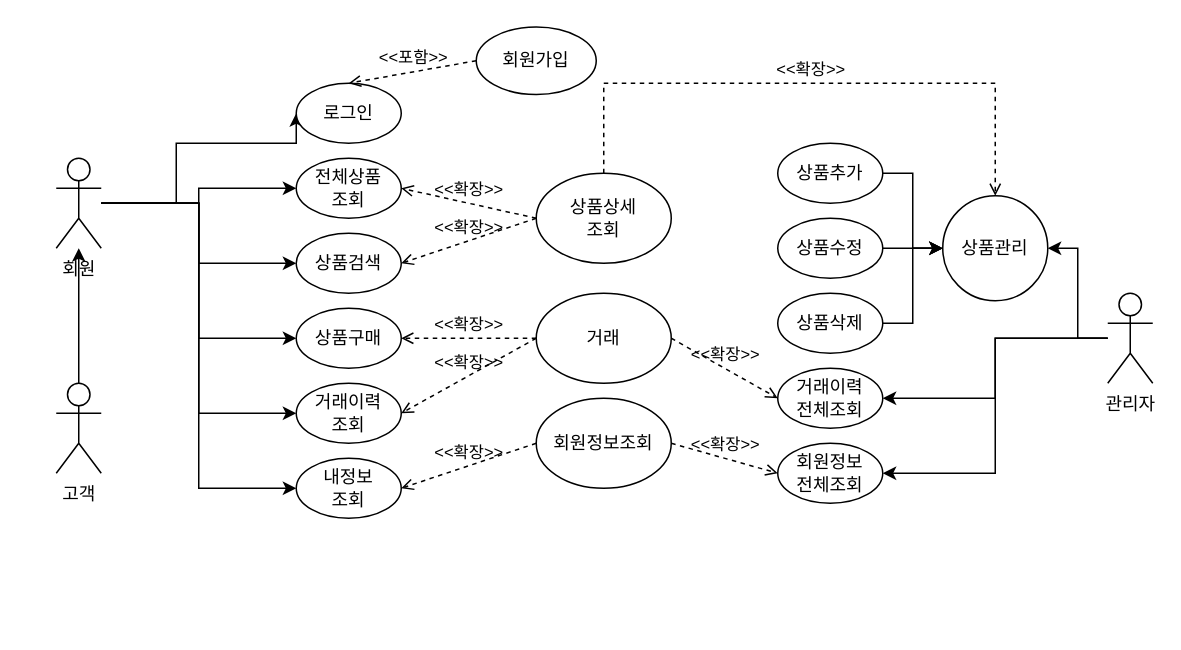
Before: miniProject/uml/uml.drawio in GIYUN9/javaMiniProject, a draw.io diagram. Source tidied: cells renumbered, new cells numbered last; positions are measured from the earlier drawing's top-left corner, leaving out a move shared by most shapes. Both pictures are drawn from the tidied source at 150%, with x=0, y=0 at pixel (56, 26).
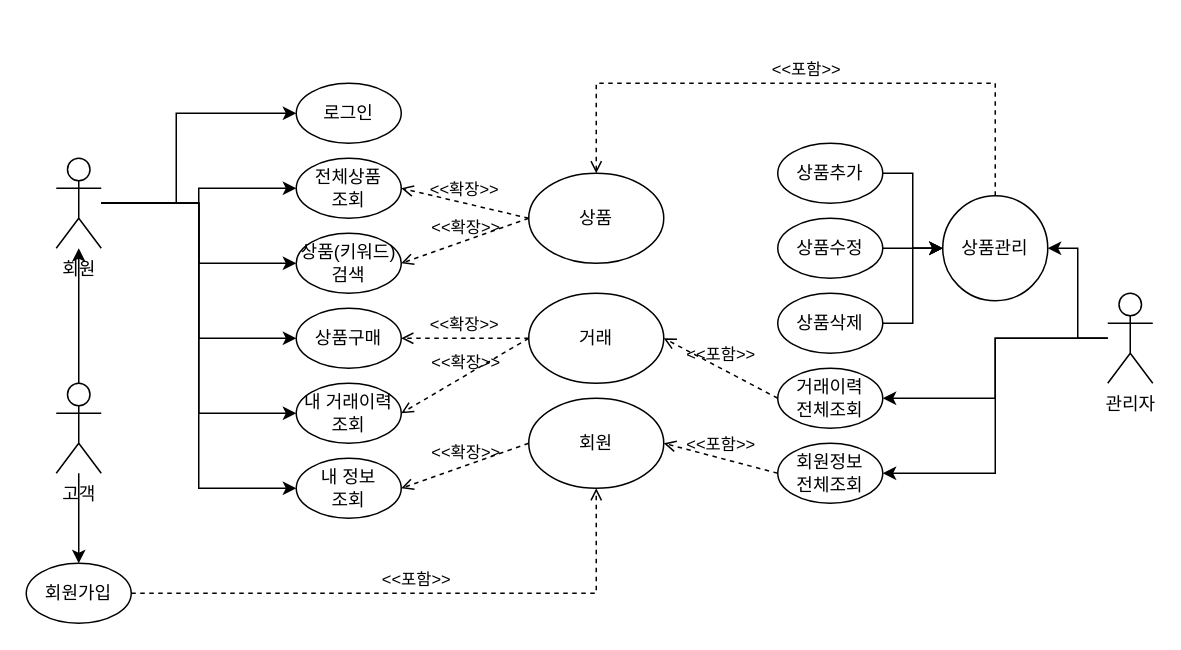
The same page after the edit.

The change refers to these unchanged cells:
```xml
<mxCell id="8" value="회원" style="shape=umlActor;verticalLabelPosition=bottom;verticalAlign=top;html=1;direction=east;" parent="1" vertex="1">
  <mxGeometry y="88" width="30" height="60" as="geometry" />
</mxCell>
<mxCell id="14" value="로그인" style="ellipse;whiteSpace=wrap;html=1;" parent="1" vertex="1">
  <mxGeometry x="160" y="38" width="70" height="40" as="geometry" />
</mxCell>
<mxCell id="23" value="고객" style="shape=umlActor;verticalLabelPosition=bottom;verticalAlign=top;html=1;direction=east;" parent="1" vertex="1">
  <mxGeometry y="238" width="30" height="60" as="geometry" />
</mxCell>
<mxCell id="37" value="상품관리" style="ellipse;whiteSpace=wrap;html=1;" parent="1" vertex="1">
  <mxGeometry x="591" y="113" width="70" height="70" as="geometry" />
</mxCell>
<mxCell id="39" value="거래이력&lt;br&gt;전체조회" style="ellipse;whiteSpace=wrap;html=1;" parent="1" vertex="1">
  <mxGeometry x="481" y="228" width="70" height="40" as="geometry" />
</mxCell>
<mxCell id="40" value="회원정보&lt;br&gt;전체조회" style="ellipse;whiteSpace=wrap;html=1;" parent="1" vertex="1">
  <mxGeometry x="481" y="278" width="70" height="40" as="geometry" />
</mxCell>
```

Change to the diagram source:
```diff
@@
     <mxCell id="2" style="edgeStyle=orthogonalEdgeStyle;rounded=0;jettySize=auto;html=1;entryX=0;entryY=0.5;entryDx=0;entryDy=0;" parent="1" edge="1" source="8" target="14">
       <mxGeometry relative="1" as="geometry">
         <Array as="points">
           <mxPoint x="80" y="118" />
-          <mxPoint x="80" y="78" />
-          <mxPoint x="160" y="78" />
+          <mxPoint x="80" y="58" />
         </Array>
       </mxGeometry>
     </mxCell>
@@
-    <mxCell id="13" value="회원가입" style="ellipse;whiteSpace=wrap;html=1;" parent="1" vertex="1">
-      <mxGeometry x="280" y="0.5" width="80" height="45" as="geometry" />
-    </mxCell>
@@
-    <mxCell id="15" value="&amp;lt;&amp;lt;포함&amp;gt;&amp;gt;" style="html=1;verticalAlign=bottom;labelBackgroundColor=none;endArrow=open;endFill=0;dashed=1;rounded=0;exitX=0;exitY=0.5;exitDx=0;exitDy=0;entryX=0.5;entryY=0;entryDx=0;entryDy=0;" parent="1" edge="1" source="13" target="14">
-      <mxGeometry relative="1" as="geometry" />
-    </mxCell>
@@
-    <mxCell id="17" value="상품검색" style="ellipse;whiteSpace=wrap;html=1;" parent="1" vertex="1">
+    <mxCell id="17" value="상품(키워드)검색" style="ellipse;whiteSpace=wrap;html=1;" parent="1" vertex="1">
       <mxGeometry x="160" y="138" width="70" height="40" as="geometry" />
     </mxCell>
@@
-    <mxCell id="19" value="상품상세&lt;br&gt;조회" style="ellipse;whiteSpace=wrap;html=1;" parent="1" vertex="1">
-      <mxGeometry x="320" y="98" width="90" height="60" as="geometry" />
+    <mxCell id="19" value="상품" style="ellipse;whiteSpace=wrap;html=1;" parent="1" vertex="1">
+      <mxGeometry x="315" y="98" width="90" height="60" as="geometry" />
     </mxCell>
@@
+    <mxCell id="43" style="edgeStyle=orthogonalEdgeStyle;rounded=0;jettySize=auto;html=1;" parent="1" edge="1" source="23" target="13">
+      <mxGeometry relative="1" as="geometry" />
+    </mxCell>
@@
-    <mxCell id="24" value="거래이력&lt;br&gt;조회" style="ellipse;whiteSpace=wrap;html=1;" parent="1" vertex="1">
+    <mxCell id="24" value="내 거래이력&lt;br&gt;조회" style="ellipse;whiteSpace=wrap;html=1;" parent="1" vertex="1">
       <mxGeometry x="160" y="238" width="70" height="40" as="geometry" />
     </mxCell>
-    <mxCell id="25" value="내정보&lt;br&gt;조회" style="ellipse;whiteSpace=wrap;html=1;" parent="1" vertex="1">
+    <mxCell id="25" value="내 정보&lt;br&gt;조회" style="ellipse;whiteSpace=wrap;html=1;" parent="1" vertex="1">
       <mxGeometry x="160" y="288" width="70" height="40" as="geometry" />
     </mxCell>
     <mxCell id="26" value="거래" style="ellipse;whiteSpace=wrap;html=1;" parent="1" vertex="1">
-      <mxGeometry x="320" y="178" width="90" height="60" as="geometry" />
+      <mxGeometry x="315" y="178" width="90" height="60" as="geometry" />
     </mxCell>
@@
-    <mxCell id="29" value="회원정보조회" style="ellipse;whiteSpace=wrap;html=1;" parent="1" vertex="1">
-      <mxGeometry x="320" y="248" width="90" height="60" as="geometry" />
+    <mxCell id="29" value="회원" style="ellipse;whiteSpace=wrap;html=1;" parent="1" vertex="1">
+      <mxGeometry x="315" y="248" width="90" height="60" as="geometry" />
     </mxCell>
@@
-    <mxCell id="38" value="&amp;lt;&amp;lt;확장&amp;gt;&amp;gt;" style="html=1;verticalAlign=bottom;labelBackgroundColor=none;endArrow=open;endFill=0;dashed=1;rounded=0;exitX=0.5;exitY=0;exitDx=0;exitDy=0;entryX=0.5;entryY=0;entryDx=0;entryDy=0;" parent="1" edge="1" source="19" target="37">
+    <mxCell id="38" value="&amp;lt;&amp;lt;포함&amp;gt;&amp;gt;" style="html=1;verticalAlign=bottom;labelBackgroundColor=none;endArrow=open;endFill=0;dashed=1;rounded=0;exitX=0.5;exitY=0;exitDx=0;exitDy=0;entryX=0.5;entryY=0;entryDx=0;entryDy=0;" parent="1" edge="1" source="37" target="19">
       <mxGeometry relative="1" as="geometry">
         <Array as="points">
-          <mxPoint x="365" y="38" />
+          <mxPoint x="626" y="38" />
           <mxPoint x="520" y="38" />
-          <mxPoint x="626" y="38" />
+          <mxPoint x="360" y="38" />
         </Array>
       </mxGeometry>
     </mxCell>
@@
-    <mxCell id="41" value="&amp;lt;&amp;lt;확장&amp;gt;&amp;gt;" style="html=1;verticalAlign=bottom;labelBackgroundColor=none;endArrow=open;endFill=0;dashed=1;rounded=0;entryX=0;entryY=0.5;entryDx=0;entryDy=0;exitX=1;exitY=0.5;exitDx=0;exitDy=0;" parent="1" edge="1" source="26" target="39">
+    <mxCell id="41" value="&amp;lt;&amp;lt;포함&amp;gt;&amp;gt;" style="html=1;verticalAlign=bottom;labelBackgroundColor=none;endArrow=open;endFill=0;dashed=1;rounded=0;exitX=0;exitY=0.5;exitDx=0;exitDy=0;entryX=1;entryY=0.5;entryDx=0;entryDy=0;" parent="1" edge="1" source="39" target="26">
       <mxGeometry relative="1" as="geometry" />
     </mxCell>
-    <mxCell id="42" value="&amp;lt;&amp;lt;확장&amp;gt;&amp;gt;" style="html=1;verticalAlign=bottom;labelBackgroundColor=none;endArrow=open;endFill=0;dashed=1;rounded=0;entryX=0;entryY=0.5;entryDx=0;entryDy=0;exitX=1;exitY=0.5;exitDx=0;exitDy=0;" parent="1" edge="1" source="29" target="40">
+    <mxCell id="42" value="&amp;lt;&amp;lt;포함&amp;gt;&amp;gt;" style="html=1;verticalAlign=bottom;labelBackgroundColor=none;endArrow=open;endFill=0;dashed=1;rounded=0;exitX=0;exitY=0.5;exitDx=0;exitDy=0;entryX=1;entryY=0.5;entryDx=0;entryDy=0;" parent="1" edge="1" source="40" target="29">
       <mxGeometry relative="1" as="geometry" />
     </mxCell>
+    <mxCell id="13" value="회원가입" style="ellipse;whiteSpace=wrap;html=1;" parent="1" vertex="1">
+      <mxGeometry x="-20" y="358" width="70" height="40" as="geometry" />
+    </mxCell>
+    <mxCell id="15" value="&amp;lt;&amp;lt;포함&amp;gt;&amp;gt;" style="html=1;verticalAlign=bottom;labelBackgroundColor=none;endArrow=open;endFill=0;dashed=1;rounded=0;entryX=0.5;entryY=1;entryDx=0;entryDy=0;exitX=1;exitY=0.5;exitDx=0;exitDy=0;" parent="1" edge="1" source="13" target="29">
+      <mxGeometry relative="1" as="geometry">
+        <Array as="points">
+          <mxPoint x="360" y="378" />
+        </Array>
+      </mxGeometry>
+    </mxCell>
```
